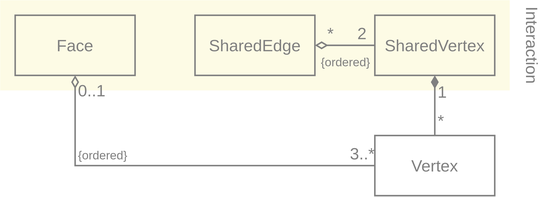
YoanWithY/kayo keeps this draw.io diagram as wiki/MetaMeshGraph.svg. Above is the earlier version. Source tidied: cells renumbered, new cells last; positions are measured from the earlier drawing's top-left corner, leaving out a move shared by most shapes.
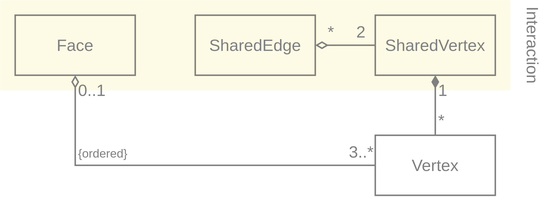
Above is the later version.

What changed in the source:
```diff
@@ -48,11 +48,6 @@
         <mxPoint x="-4" y="-1" as="offset" />
       </mxGeometry>
     </mxCell>
-    <mxCell id="13" value="{ordered}" style="edgeLabel;html=1;align=center;verticalAlign=top;fontSize=8;fontColor=#808080;labelBackgroundColor=none;" parent="10" vertex="1">
-      <mxGeometry x="0.23" relative="1" as="geometry">
-        <mxPoint x="-5" as="offset" />
-      </mxGeometry>
-    </mxCell>
     <mxCell id="14" style="edgeStyle=orthogonalEdgeStyle;shape=connector;rounded=0;html=1;labelBackgroundColor=default;strokeColor=#808080;fontFamily=Helvetica;fontSize=11;fontColor=#808080;startArrow=diamondThin;startFill=0;endArrow=none;endFill=0;" parent="1" edge="1" source="9" target="8">
       <mxGeometry relative="1" as="geometry">
         <Array as="points">
```
